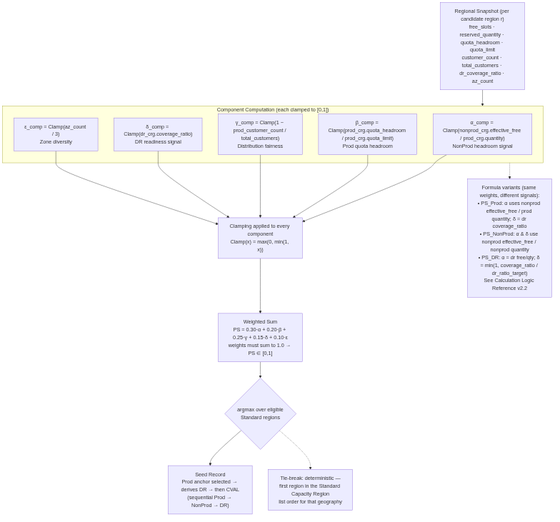
The Mermaid diagram Architecture/diagrams/tdd/T15.png in vishnu4573/acrme-capacity-reservation, before a commit. Its source is kept beside it as Architecture/diagrams/tdd/T15.mmd. Its diagram source:
```mermaid
flowchart TD
    SNAP["Regional Snapshot (per candidate region r)<br/>free_slots · reserved_quantity · quota_headroom · quota_limit<br/>customer_count · total_customers · dr_coverage_ratio · az_count"]

    SNAP --> COMP

    subgraph COMP["Component Computation (each clamped to [0,1])"]
      direction TB
      A["α_comp = Clamp(nonprod_crg.effective_free / prod_crg.quantity)<br/>NonProd headroom signal"]
      B["β_comp = Clamp(prod_crg.quota_headroom / prod_crg.quota_limit)<br/>Prod quota headroom"]
      G["γ_comp = Clamp(1 − prod_customer_count / total_customers)<br/>Distribution fairness"]
      D["δ_comp = Clamp(dr_crg.coverage_ratio)<br/>DR readiness signal"]
      E["ε_comp = Clamp(az_count / 3)<br/>Zone diversity"]
    end

    CLAMP["Clamping applied to every component<br/>Clamp(x) = max(0, min(1, x))"]
    A --> CLAMP
    B --> CLAMP
    G --> CLAMP
    D --> CLAMP
    E --> CLAMP

    CLAMP --> SUM["Weighted Sum<br/>PS = 0.30·α + 0.20·β + 0.25·γ + 0.15·δ + 0.10·ε<br/>weights must sum to 1.0 → PS ∈ [0,1]"]

    SUM --> ARGMAX{"argmax over eligible<br/>Standard regions"}
    ARGMAX --> SEED["Seed Record<br/>Prod anchor selected → derives DR → then CVAL<br/>(sequential Prod → NonProd → DR)"]

    TIE["Tie-break: deterministic —<br/>first region in the Standard Capacity Region<br/>list order for that geography"]
    ARGMAX -.-> TIE

    VARIANT["Formula variants (same weights, different signals):<br/>• PS_Prod: α uses nonprod effective_free / prod quantity; δ = dr coverage_ratio<br/>• PS_NonProd: α & δ use nonprod effective_free / nonprod quantity<br/>• PS_DR: α = dr free/qty; δ = min(1, coverage_ratio / dr_ratio_target)<br/>See Calculation Logic Reference v2.2"]
    COMP -.-> VARIANT
```
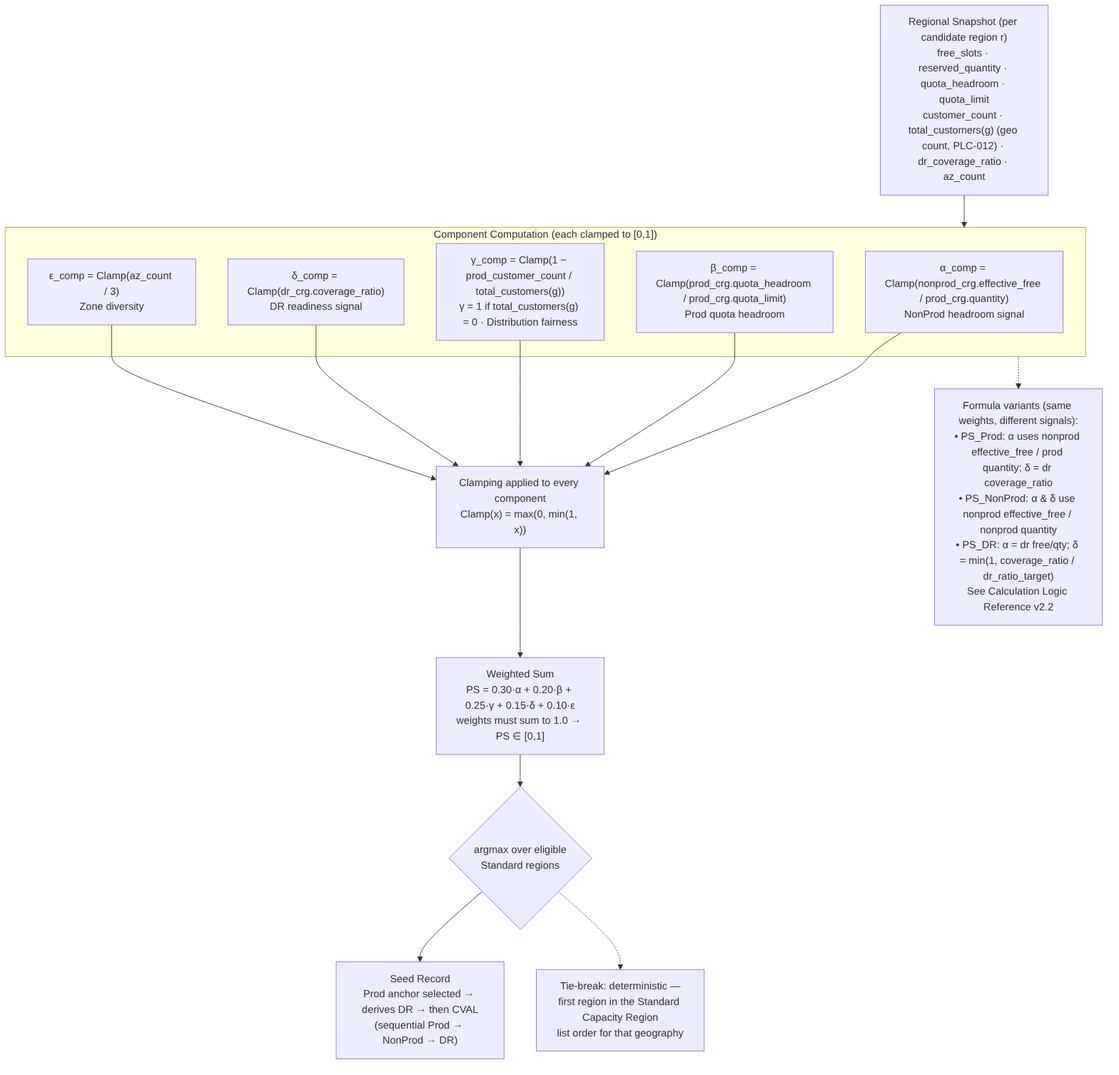
After the change.

What changed in the source:
```diff
@@ -1,5 +1,5 @@
 flowchart TD
-    SNAP["Regional Snapshot (per candidate region r)<br/>free_slots · reserved_quantity · quota_headroom · quota_limit<br/>customer_count · total_customers · dr_coverage_ratio · az_count"]
+    SNAP["Regional Snapshot (per candidate region r)<br/>free_slots · reserved_quantity · quota_headroom · quota_limit<br/>customer_count · total_customers(g) (geo count, PLC-012) · dr_coverage_ratio · az_count"]
 
     SNAP --> COMP
 
@@ -7,7 +7,7 @@
       direction TB
       A["α_comp = Clamp(nonprod_crg.effective_free / prod_crg.quantity)<br/>NonProd headroom signal"]
       B["β_comp = Clamp(prod_crg.quota_headroom / prod_crg.quota_limit)<br/>Prod quota headroom"]
-      G["γ_comp = Clamp(1 − prod_customer_count / total_customers)<br/>Distribution fairness"]
+      G["γ_comp = Clamp(1 − prod_customer_count / total_customers(g))<br/>γ = 1 if total_customers(g) = 0 · Distribution fairness"]
       D["δ_comp = Clamp(dr_crg.coverage_ratio)<br/>DR readiness signal"]
       E["ε_comp = Clamp(az_count / 3)<br/>Zone diversity"]
     end
```
